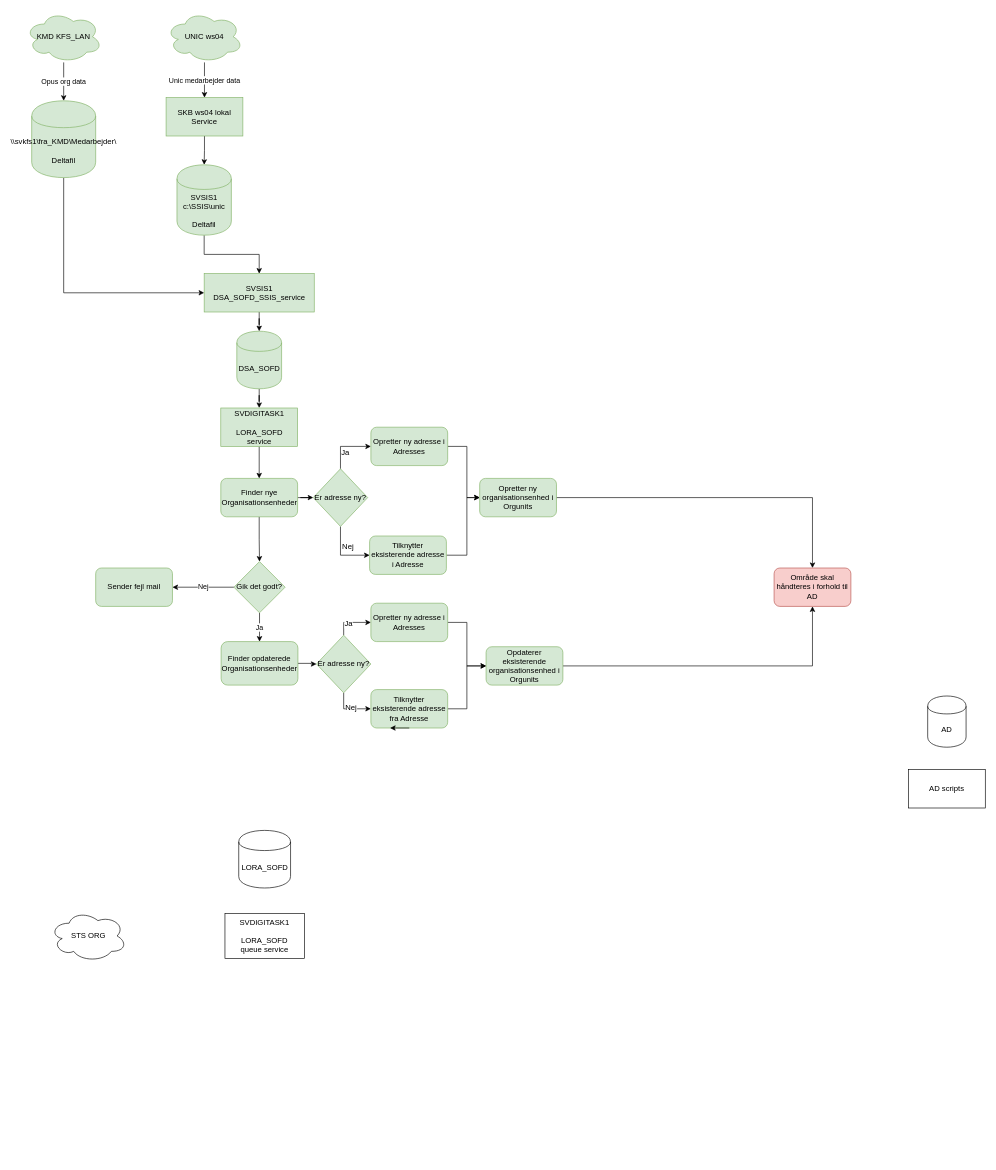
Skanderborg/SOFD keeps this draw.io diagram as LORA_SOFD_detailed_flow.drawio. Above is the earlier version. Source tidied: cells renumbered, new cells numbered last; positions are measured from the earlier drawing's top-left corner, leaving out a move shared by most shapes. Both pictures are drawn from the tidied source at 64%, with x=0, y=0 at pixel (25, 11).
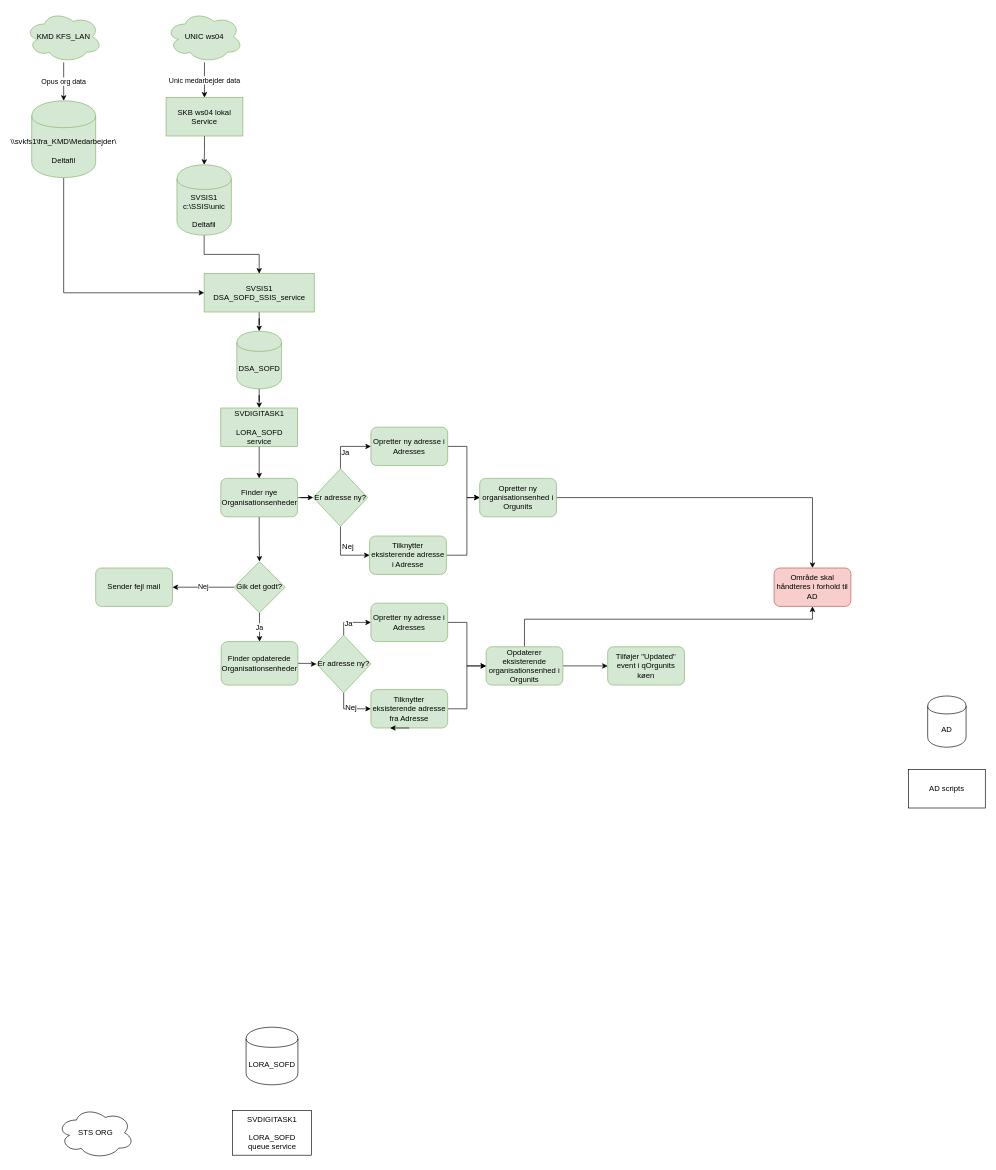
After the change.

Unchanged cells that the change refers to:
```xml
<mxCell id="37" value="Område skal håndteres i forhold til AD" style="rounded=1;whiteSpace=wrap;html=1;fillColor=#f8cecc;strokeColor=#b85450;" parent="1" vertex="1">
  <mxGeometry x="1170" y="870" width="120" height="60" as="geometry" />
</mxCell>
<mxCell id="41" value="Opdaterer eksisterende organisationsenhed i Orgunits" style="rounded=1;whiteSpace=wrap;html=1;fillColor=#d5e8d4;strokeColor=#82b366;" parent="1" vertex="1">
  <mxGeometry x="720" y="993" width="120" height="60" as="geometry" />
</mxCell>
```

The edit, as a diff of the source:
```diff
@@
     <mxCell id="20" value="LORA_SOFD" style="shape=cylinder;whiteSpace=wrap;html=1;boundedLbl=1;backgroundOutline=1;" parent="1" vertex="1">
-      <mxGeometry x="333.5" y="1280" width="81" height="90" as="geometry" />
+      <mxGeometry x="345" y="1587.5" width="81" height="90" as="geometry" />
     </mxCell>
     <mxCell id="21" value="STS ORG" style="ellipse;shape=cloud;whiteSpace=wrap;html=1;" parent="1" vertex="1">
-      <mxGeometry x="38.5" y="1405" width="120" height="80" as="geometry" />
+      <mxGeometry x="50" y="1712.5" width="120" height="80" as="geometry" />
     </mxCell>
     <mxCell id="22" value="&lt;div&gt;SVDIGITASK1&lt;br&gt;&lt;/div&gt;&lt;div&gt;&lt;br&gt;&lt;/div&gt;&lt;div&gt;LORA_SOFD&lt;/div&gt;&lt;div&gt;queue service&lt;/div&gt;" style="rounded=0;whiteSpace=wrap;html=1;" parent="1" vertex="1">
-      <mxGeometry x="312" y="1410" width="124" height="70" as="geometry" />
+      <mxGeometry x="323.5" y="1717.5" width="124" height="70" as="geometry" />
     </mxCell>
@@
     <mxCell id="40" style="edgeStyle=orthogonalEdgeStyle;rounded=0;jettySize=auto;html=1;" parent="1" edge="1" source="41" target="37">
-      <mxGeometry relative="1" as="geometry" />
+      <mxGeometry relative="1" as="geometry">
+        <Array as="points">
+          <mxPoint x="780" y="950" />
+          <mxPoint x="1230" y="950" />
+        </Array>
+      </mxGeometry>
     </mxCell>
+    <mxCell id="56" style="edgeStyle=orthogonalEdgeStyle;rounded=0;jettySize=auto;html=1;" parent="1" edge="1" source="41" target="57">
+      <mxGeometry relative="1" as="geometry" />
+    </mxCell>
@@
+    <mxCell id="57" value="Tilføjer &quot;Updated&quot; event i qOrgunits køen" style="rounded=1;whiteSpace=wrap;html=1;fillColor=#d5e8d4;strokeColor=#82b366;" parent="1" vertex="1">
+      <mxGeometry x="910" y="993" width="120" height="60" as="geometry" />
+    </mxCell>
```
